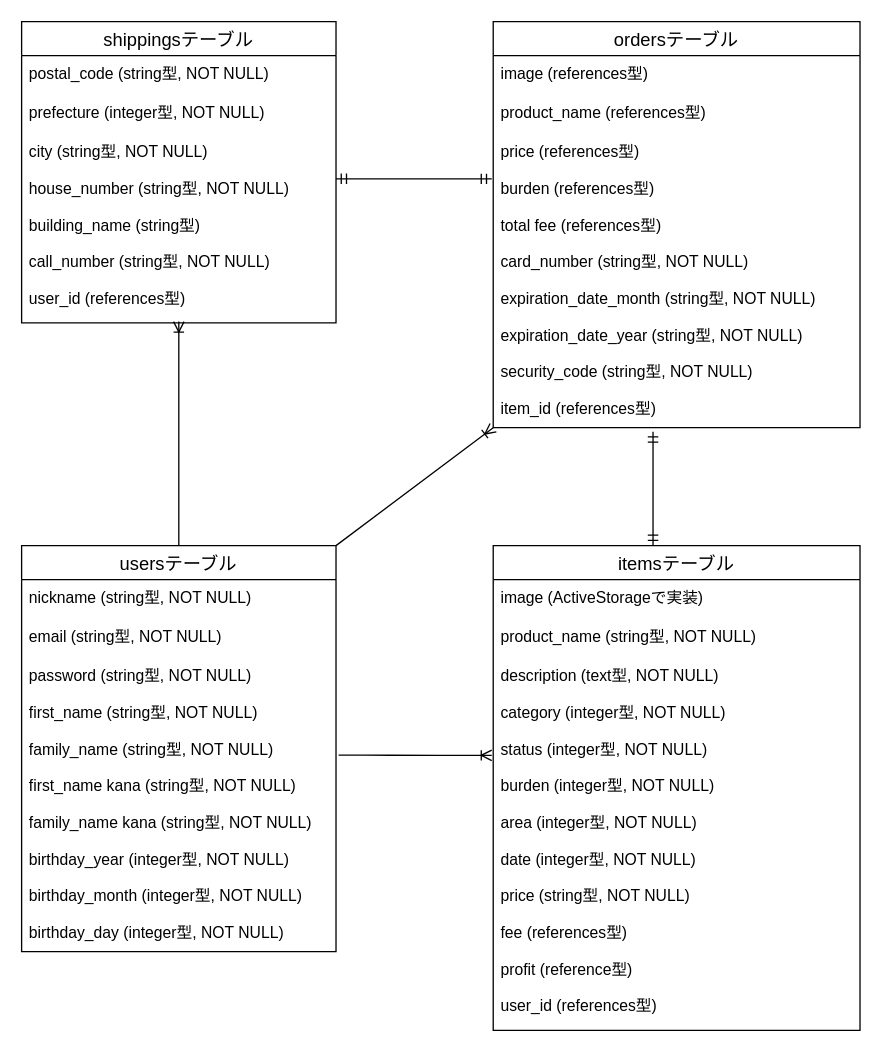
Above: test.dio in popo03/furima-35693 (draw.io), before the change. Source tidied: cells renumbered, new cells numbered last; positions are measured from the earlier drawing's top-left corner, leaving out a move shared by most shapes. Both pictures are drawn from the tidied source at 131%, with x=0, y=0 at pixel (21, 21).
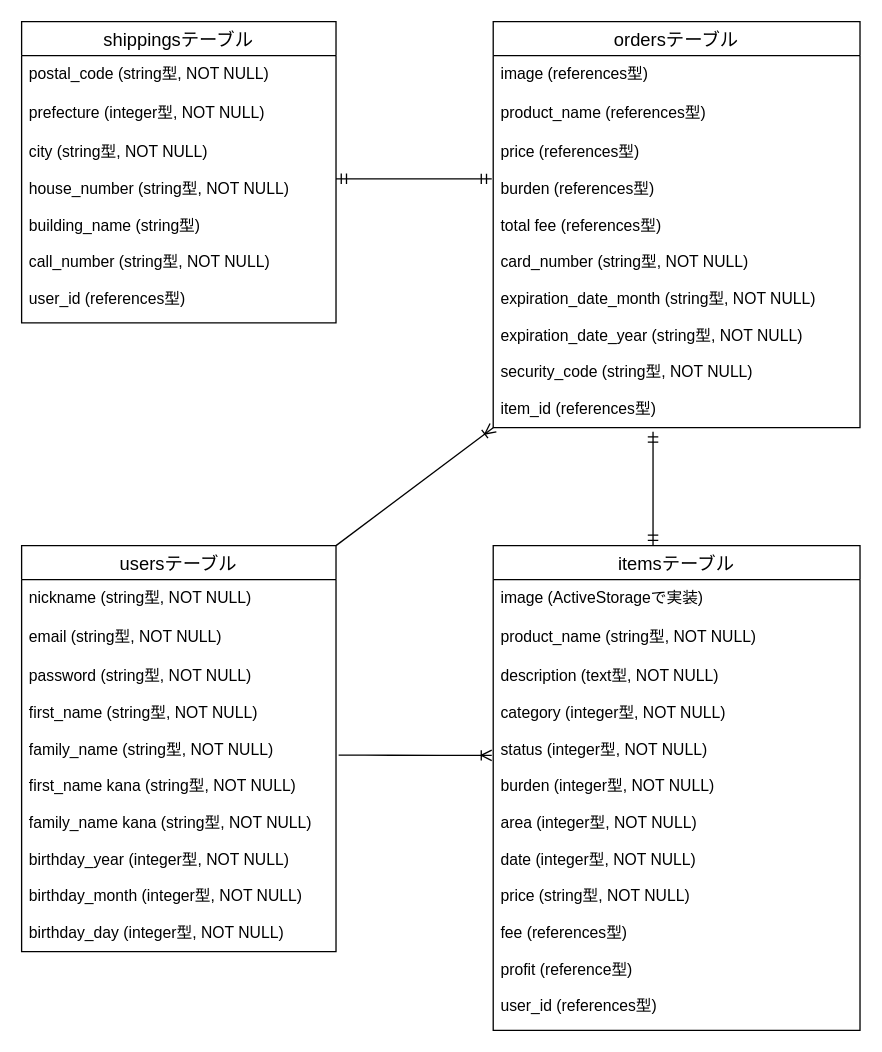
The same diagram, later.

Commit message (it also covers changes not shown here):
データベース設計 修正その２

The change refers to these unchanged cells:
```xml
<mxCell id="2" value="usersテーブル" style="swimlane;fontStyle=0;horizontal=1;startSize=26;align=center;fontSize=14;" parent="1" vertex="1">
  <mxGeometry y="400" width="240" height="310" as="geometry" />
</mxCell>
<mxCell id="17" value="city (string型, NOT NULL)&#10;&#10;house_number (string型, NOT NULL)&#10;&#10;building_name (string型)&#10;&#10;call_number (string型, NOT NULL)&#10;&#10;user_id (references型)" style="text;strokeColor=none;fillColor=none;spacingLeft=4;spacingRight=4;overflow=hidden;points=[[0,0.5],[1,0.5]];portConstraint=eastwest;fontSize=12;" parent="14" vertex="1">
  <mxGeometry y="86" width="240" height="144" as="geometry" />
</mxCell>
```

The edit, as a diff of the source:
```diff
@@
-    <mxCell id="22" style="fontSize=12;html=1;endArrow=ERoneToMany;entryX=0.5;entryY=0.993;entryDx=0;entryDy=0;entryPerimeter=0;exitX=0.5;exitY=0;exitDx=0;exitDy=0;" parent="1" edge="1" source="2" target="17">
-      <mxGeometry relative="1" as="geometry" />
-    </mxCell>
```
